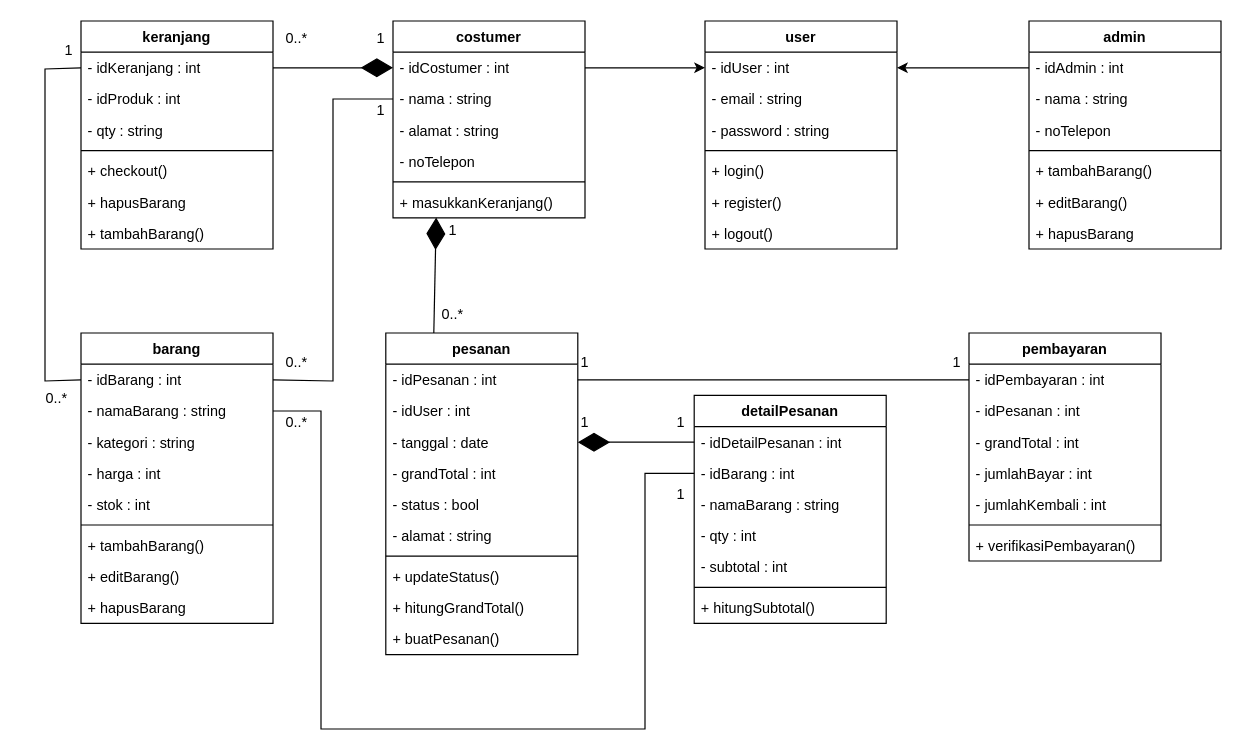
zerocode0806/Flowchart-E-Comerce-Elektronik keeps this draw.io diagram as Class-Diagram-Ecommerce-Elektronik.drawio. Above is the earlier version. Source tidied: cells renumbered, new cells numbered last; positions are measured from the earlier drawing's top-left corner, leaving out a move shared by most shapes. Both pictures are drawn from the tidied source at 120%, with x=0, y=0 at pixel (20, 20).
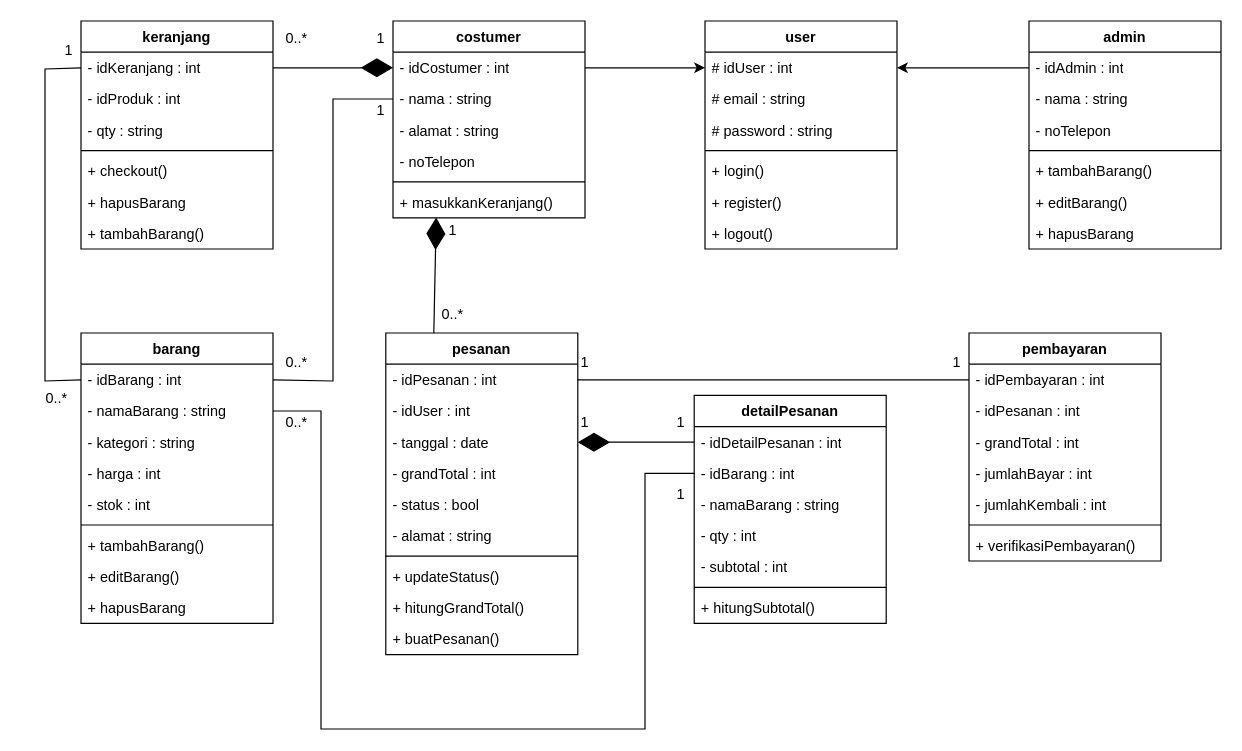
Above is the later version.

Unchanged cells that the change refers to:
```xml
<mxCell id="2" value="user" style="swimlane;fontStyle=1;align=center;verticalAlign=top;horizontal=1;startSize=26;whiteSpace=wrap;html=1;" parent="1" vertex="1">
  <mxGeometry x="570" width="160" height="190" as="geometry" />
</mxCell>
```

What changed in the source:
```diff
@@
-    <mxCell id="3" value="- idUser : int" style="text;strokeColor=none;fillColor=none;align=left;verticalAlign=top;spacingLeft=4;spacingRight=4;overflow=hidden;points=[[0,0.5],[1,0.5]];portConstraint=eastwest;whiteSpace=wrap;html=1;" parent="2" vertex="1">
+    <mxCell id="3" value="# idUser : int" style="text;strokeColor=none;fillColor=none;align=left;verticalAlign=top;spacingLeft=4;spacingRight=4;overflow=hidden;points=[[0,0.5],[1,0.5]];portConstraint=eastwest;whiteSpace=wrap;html=1;" parent="2" vertex="1">
       <mxGeometry y="26" width="160" height="26" as="geometry" />
     </mxCell>
-    <mxCell id="4" value="- email : string" style="text;strokeColor=none;fillColor=none;align=left;verticalAlign=top;spacingLeft=4;spacingRight=4;overflow=hidden;whiteSpace=wrap;html=1;" parent="2" vertex="1">
+    <mxCell id="4" value="# email : string" style="text;strokeColor=none;fillColor=none;align=left;verticalAlign=top;spacingLeft=4;spacingRight=4;overflow=hidden;whiteSpace=wrap;html=1;" parent="2" vertex="1">
       <mxGeometry y="52" width="160" height="26" as="geometry" />
     </mxCell>
-    <mxCell id="5" value="- password : string" style="text;strokeColor=none;fillColor=none;align=left;verticalAlign=top;spacingLeft=4;spacingRight=4;overflow=hidden;whiteSpace=wrap;html=1;" parent="2" vertex="1">
+    <mxCell id="5" value="# password : string" style="text;strokeColor=none;fillColor=none;align=left;verticalAlign=top;spacingLeft=4;spacingRight=4;overflow=hidden;whiteSpace=wrap;html=1;" parent="2" vertex="1">
       <mxGeometry y="78" width="160" height="26" as="geometry" />
     </mxCell>
```
